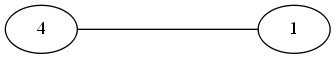
Above: testes/diferenca.png in vinicius-de-souza/graphapplication (Graphviz), before the change. Its source is kept beside it as testes/diferenca.dot.
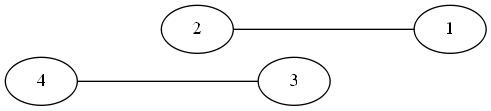
The same diagram one commit later.

The edit, as a diff of the source:
```diff
@@ -1,7 +1,10 @@
 strict graph G {
 
 
-    1 --  4
-    4 --  1
+    1 --  2
+    1 --  2
+    2 --  1
+    2 --  1
+    3 --  4
 
  }
```
